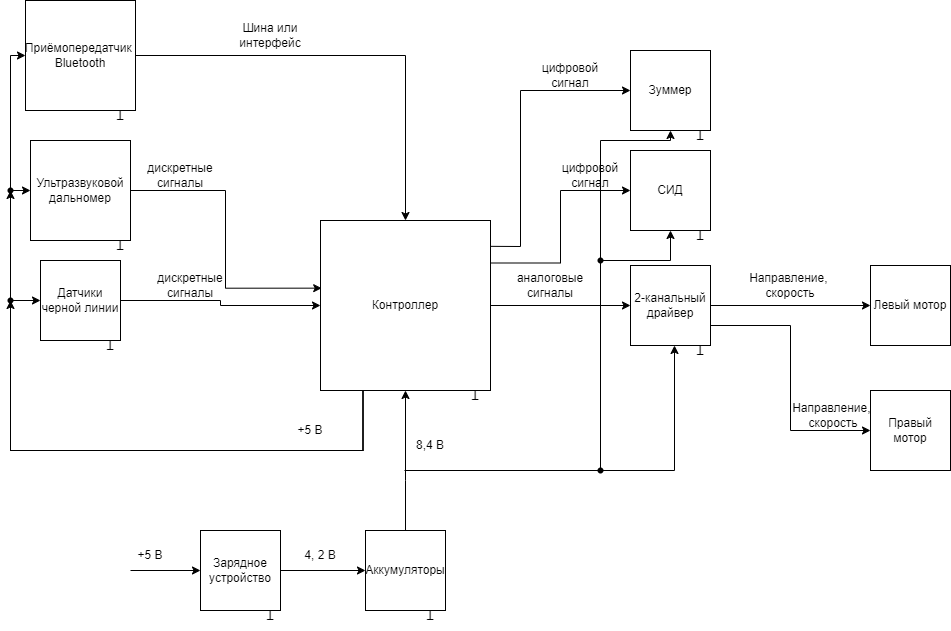
ksinph/PSTU_LABS_2023 keeps this draw.io diagram as AcariTech struct.drawio.png. Above is the earlier version. Source tidied: cells renumbered, new cells last; positions are measured from the earlier drawing's top-left corner, leaving out a move shared by most shapes.
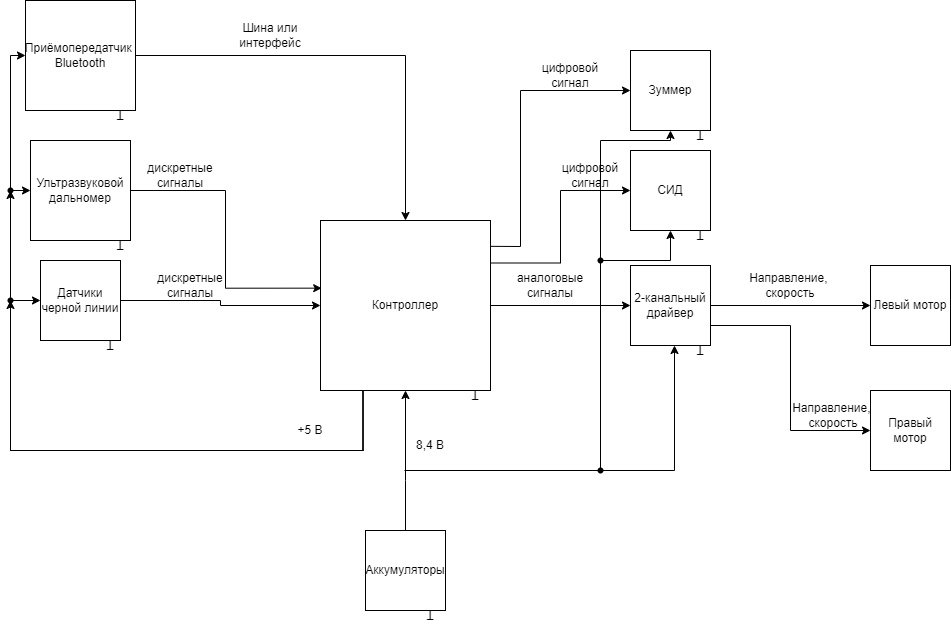
The same file after the commit.

The edit, as a diff of the source:
```diff
@@ -93,26 +93,6 @@
     <mxCell id="25" value="8,4 В" style="text;html=1;align=center;verticalAlign=middle;whiteSpace=wrap;rounded=0;" parent="1" vertex="1">
       <mxGeometry x="400" y="430" width="60" height="30" as="geometry" />
     </mxCell>
-    <mxCell id="26" style="edgeStyle=orthogonalEdgeStyle;rounded=0;jettySize=auto;html=1;exitX=1;exitY=0.5;exitDx=0;exitDy=0;" parent="1" edge="1" source="27" target="9">
-      <mxGeometry relative="1" as="geometry" />
-    </mxCell>
-    <mxCell id="27" value="Зарядное устройство" style="whiteSpace=wrap;html=1;" parent="1" vertex="1">
-      <mxGeometry x="200" y="530" width="80" height="80" as="geometry" />
-    </mxCell>
-    <mxCell id="28" style="endArrow=classic;html=1;rounded=0;entryX=0;entryY=0.5;entryDx=0;entryDy=0;" parent="1" edge="1" target="27">
-      <mxGeometry relative="1" as="geometry">
-        <mxPoint x="130" y="570" as="sourcePoint" />
-      </mxGeometry>
-    </mxCell>
-    <mxCell id="29" value="+5 В" style="text;html=1;align=center;verticalAlign=middle;whiteSpace=wrap;rounded=0;" parent="1" vertex="1">
-      <mxGeometry x="120" y="540" width="60" height="30" as="geometry" />
-    </mxCell>
-    <mxCell id="30" value="4, 2 В" style="text;html=1;align=center;verticalAlign=middle;whiteSpace=wrap;rounded=0;" parent="1" vertex="1">
-      <mxGeometry x="290" y="540" width="60" height="30" as="geometry" />
-    </mxCell>
-    <mxCell id="31" value="T" style="text;html=1;align=center;verticalAlign=middle;whiteSpace=wrap;rounded=0;rotation=-180;" parent="1" vertex="1">
-      <mxGeometry x="240" y="600" width="60" height="30" as="geometry" />
-    </mxCell>
     <mxCell id="32" style="endArrow=classic;html=1;rounded=0;" parent="1" edge="1">
       <mxGeometry relative="1" as="geometry">
         <mxPoint x="404" y="470" as="sourcePoint" />
```
